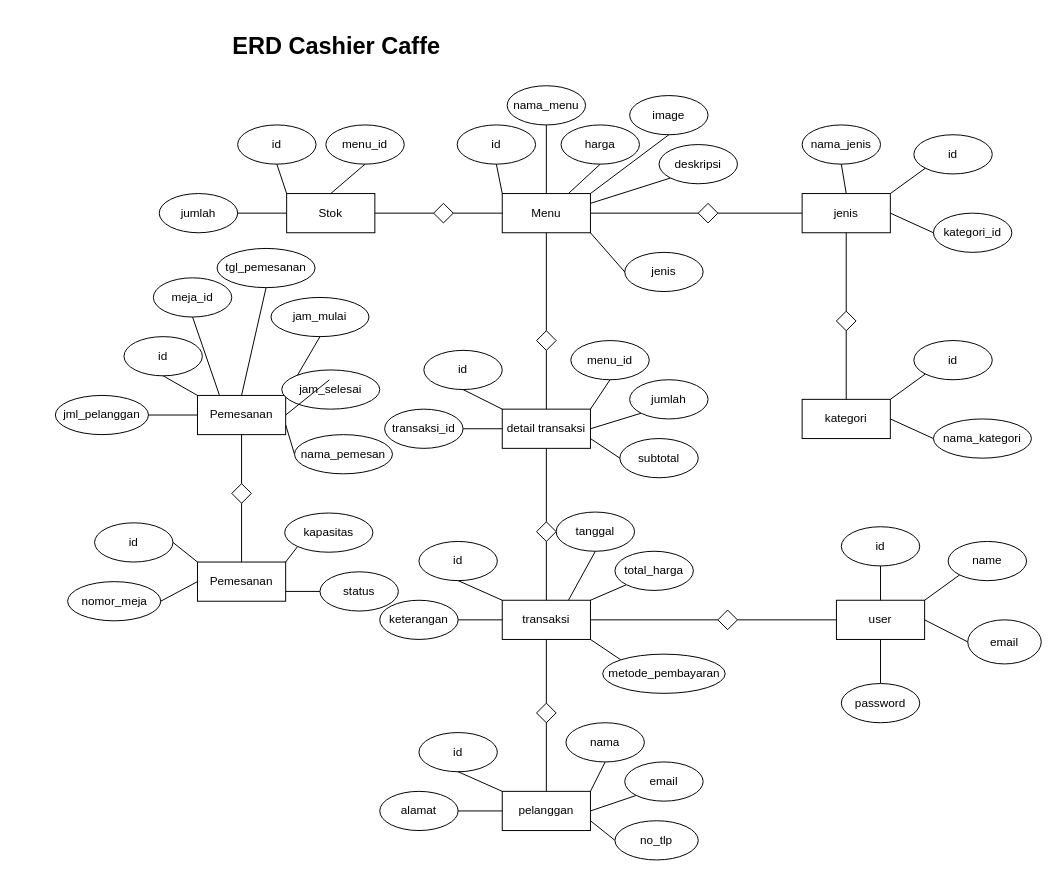
annrdhjn/drawio keeps this draw.io diagram as page "erd" (2 of 2) of usecase.drawio. Above is the earlier version. Source tidied: cells renumbered, new cells numbered last; positions are measured from the earlier drawing's top-left corner, leaving out a move shared by most shapes. Both pictures are drawn from the tidied source at 98%, with x=0, y=0 at pixel (55, 26).
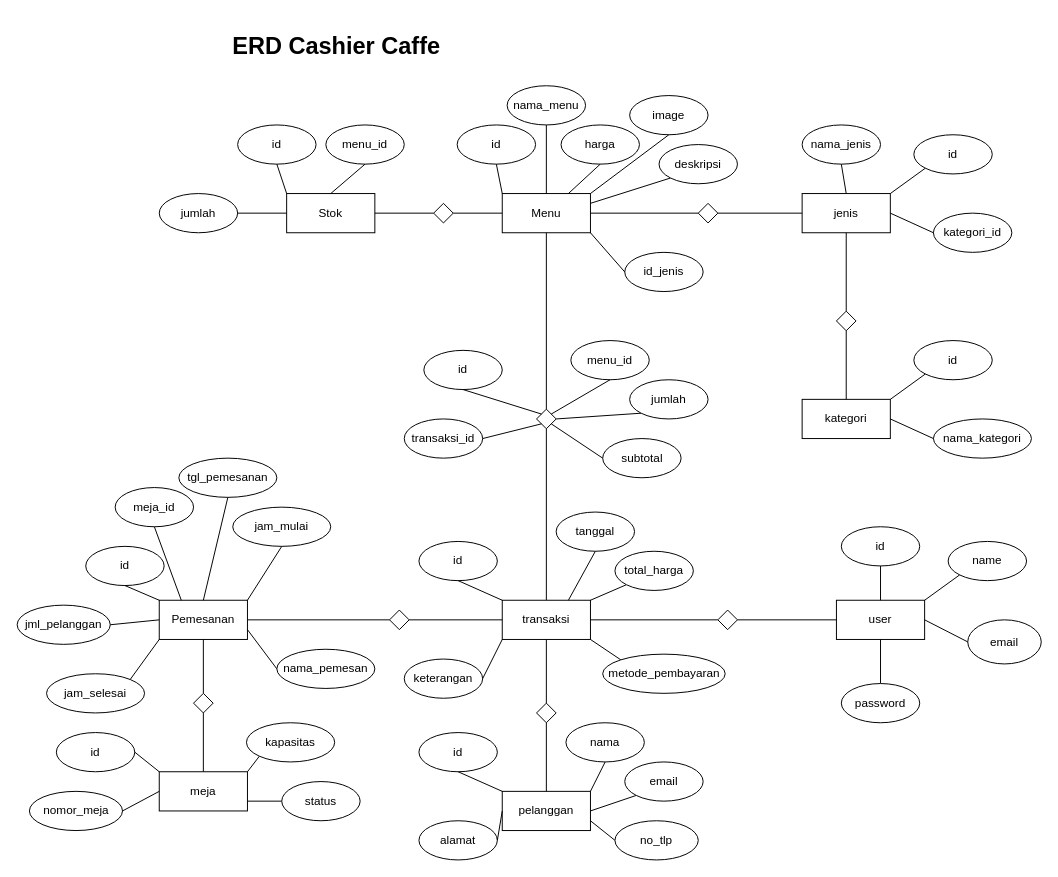
The same page after the edit.

Unchanged cells that the change refers to:
```xml
<mxCell id="74" value="id" style="ellipse;whiteSpace=wrap;html=1;" parent="1" vertex="1">
  <mxGeometry x="376" y="330" width="80" height="40" as="geometry" />
</mxCell>
<mxCell id="75" value="menu_id" style="ellipse;whiteSpace=wrap;html=1;" parent="1" vertex="1">
  <mxGeometry x="526" y="320" width="80" height="40" as="geometry" />
</mxCell>
<mxCell id="82" value="jumlah" style="ellipse;whiteSpace=wrap;html=1;" parent="1" vertex="1">
  <mxGeometry x="586" y="360" width="80" height="40" as="geometry" />
</mxCell>
<mxCell id="86" value="transaksi" style="html=1;whiteSpace=wrap;" parent="1" vertex="1">
  <mxGeometry x="456" y="585" width="90" height="40" as="geometry" />
</mxCell>
```

What changed in the source:
```diff
@@
-    <mxCell id="15" value="jenis" style="ellipse;whiteSpace=wrap;html=1;" parent="1" vertex="1">
+    <mxCell id="15" value="id_jenis" style="ellipse;whiteSpace=wrap;html=1;" parent="1" vertex="1">
       <mxGeometry x="581" y="230" width="80" height="40" as="geometry" />
     </mxCell>
@@
     <mxCell id="44" value="Pemesanan" style="html=1;whiteSpace=wrap;" parent="1" vertex="1">
-      <mxGeometry x="145" y="376" width="90" height="40" as="geometry" />
+      <mxGeometry x="106" y="585" width="90" height="40" as="geometry" />
     </mxCell>
     <mxCell id="45" value="id" style="ellipse;whiteSpace=wrap;html=1;" parent="1" vertex="1">
-      <mxGeometry x="70" y="316" width="80" height="40" as="geometry" />
+      <mxGeometry x="31" y="530" width="80" height="40" as="geometry" />
     </mxCell>
     <mxCell id="46" value="meja_id" style="ellipse;whiteSpace=wrap;html=1;" parent="1" vertex="1">
-      <mxGeometry x="100" y="256" width="80" height="40" as="geometry" />
+      <mxGeometry x="61" y="470" width="80" height="40" as="geometry" />
     </mxCell>
     <mxCell id="47" value="jml_pelanggan" style="ellipse;whiteSpace=wrap;html=1;" parent="1" vertex="1">
-      <mxGeometry y="376" width="95" height="40" as="geometry" />
+      <mxGeometry x="-39" y="590" width="95" height="40" as="geometry" />
     </mxCell>
@@
     <mxCell id="52" value="tgl_pemesanan" style="ellipse;whiteSpace=wrap;html=1;" parent="1" vertex="1">
-      <mxGeometry x="165" y="226" width="100" height="40" as="geometry" />
+      <mxGeometry x="126" y="440" width="100" height="40" as="geometry" />
     </mxCell>
     <mxCell id="53" value="jam_mulai" style="ellipse;whiteSpace=wrap;html=1;" parent="1" vertex="1">
-      <mxGeometry x="220" y="276" width="100" height="40" as="geometry" />
+      <mxGeometry x="181" y="490" width="100" height="40" as="geometry" />
     </mxCell>
@@
     <mxCell id="55" value="jam_selesai" style="ellipse;whiteSpace=wrap;html=1;" parent="1" vertex="1">
-      <mxGeometry x="231" y="350" width="100" height="40" as="geometry" />
+      <mxGeometry x="-9" y="660" width="100" height="40" as="geometry" />
     </mxCell>
-    <mxCell id="56" style="endArrow=none;html=1;rounded=0;entryX=1;entryY=0.5;entryDx=0;entryDy=0;exitX=0;exitY=1;exitDx=0;exitDy=0;" parent="1" edge="1" target="44">
-      <mxGeometry relative="1" as="geometry">
-        <mxPoint x="279.6" y="360.1" as="sourcePoint" />
-      </mxGeometry>
+    <mxCell id="56" style="endArrow=none;html=1;rounded=0;entryX=0;entryY=1;entryDx=0;entryDy=0;exitX=1;exitY=0;exitDx=0;exitDy=0;" parent="1" edge="1" source="55" target="44">
+      <mxGeometry relative="1" as="geometry" />
     </mxCell>
@@
     <mxCell id="58" value="nama_pemesan" style="ellipse;whiteSpace=wrap;html=1;" parent="1" vertex="1">
-      <mxGeometry x="244" y="416" width="100" height="40" as="geometry" />
+      <mxGeometry x="226" y="635" width="100" height="40" as="geometry" />
     </mxCell>
@@
     <mxCell id="60" style="rhombus;" parent="1" vertex="1">
-      <mxGeometry x="180" y="466" width="20" height="20" as="geometry" />
+      <mxGeometry x="141" y="680" width="20" height="20" as="geometry" />
     </mxCell>
-    <mxCell id="61" value="Pemesanan" style="html=1;whiteSpace=wrap;" parent="1" vertex="1">
-      <mxGeometry x="145" y="546" width="90" height="40" as="geometry" />
+    <mxCell id="61" value="meja" style="html=1;whiteSpace=wrap;" parent="1" vertex="1">
+      <mxGeometry x="106" y="760" width="90" height="40" as="geometry" />
     </mxCell>
     <mxCell id="62" value="id" style="ellipse;whiteSpace=wrap;html=1;" parent="1" vertex="1">
-      <mxGeometry x="40" y="506" width="80" height="40" as="geometry" />
+      <mxGeometry x="1" y="720" width="80" height="40" as="geometry" />
     </mxCell>
     <mxCell id="63" value="nomor_meja" style="ellipse;whiteSpace=wrap;html=1;" parent="1" vertex="1">
-      <mxGeometry x="12.5" y="566" width="95" height="40" as="geometry" />
+      <mxGeometry x="-26.5" y="780" width="95" height="40" as="geometry" />
     </mxCell>
@@
     <mxCell id="67" value="kapasitas" style="ellipse;whiteSpace=wrap;html=1;" parent="1" vertex="1">
-      <mxGeometry x="234" y="496" width="90" height="40" as="geometry" />
+      <mxGeometry x="195" y="710" width="90" height="40" as="geometry" />
     </mxCell>
@@
     <mxCell id="70" value="status" style="ellipse;whiteSpace=wrap;html=1;" parent="1" vertex="1">
-      <mxGeometry x="270" y="556" width="80" height="40" as="geometry" />
+      <mxGeometry x="231" y="770" width="80" height="40" as="geometry" />
     </mxCell>
@@
     <mxCell id="72" style="rhombus;" parent="1" vertex="1">
-      <mxGeometry x="491" y="310" width="20" height="20" as="geometry" />
+      <mxGeometry x="491" y="390" width="20" height="20" as="geometry" />
     </mxCell>
-    <mxCell id="73" value="detail transaksi" style="html=1;whiteSpace=wrap;" parent="1" vertex="1">
-      <mxGeometry x="456" y="390" width="90" height="40" as="geometry" />
-    </mxCell>
@@
     <mxCell id="76" value="transaksi_id" style="ellipse;whiteSpace=wrap;html=1;" parent="1" vertex="1">
-      <mxGeometry x="336" y="390" width="80" height="40" as="geometry" />
+      <mxGeometry x="356" y="400" width="80" height="40" as="geometry" />
     </mxCell>
-    <mxCell id="77" style="endArrow=none;html=1;rounded=0;exitX=0.5;exitY=1;exitDx=0;exitDy=0;entryX=0;entryY=0;entryDx=0;entryDy=0;" parent="1" edge="1" source="74" target="73">
+    <mxCell id="77" style="endArrow=none;html=1;rounded=0;exitX=0.5;exitY=1;exitDx=0;exitDy=0;entryX=0;entryY=0;entryDx=0;entryDy=0;" parent="1" edge="1" source="74" target="72">
       <mxGeometry relative="1" as="geometry" />
     </mxCell>
-    <mxCell id="78" style="endArrow=none;html=1;rounded=0;exitX=0.5;exitY=1;exitDx=0;exitDy=0;entryX=1;entryY=0;entryDx=0;entryDy=0;" parent="1" edge="1" source="75" target="73">
+    <mxCell id="78" style="endArrow=none;html=1;rounded=0;exitX=0.5;exitY=1;exitDx=0;exitDy=0;entryX=1;entryY=0;entryDx=0;entryDy=0;" parent="1" edge="1" source="75" target="72">
       <mxGeometry relative="1" as="geometry" />
     </mxCell>
-    <mxCell id="79" style="endArrow=none;html=1;rounded=0;exitX=0;exitY=0.5;exitDx=0;exitDy=0;entryX=1;entryY=0.5;entryDx=0;entryDy=0;" parent="1" edge="1" source="73" target="76">
+    <mxCell id="79" style="endArrow=none;html=1;rounded=0;exitX=0;exitY=1;exitDx=0;exitDy=0;entryX=1;entryY=0.5;entryDx=0;entryDy=0;" parent="1" edge="1" source="72" target="76">
       <mxGeometry relative="1" as="geometry" />
     </mxCell>
-    <mxCell id="80" style="endArrow=none;html=1;rounded=0;entryX=0.5;entryY=1;entryDx=0;entryDy=0;exitX=0.5;exitY=0;exitDx=0;exitDy=0;" parent="1" edge="1" source="73" target="72">
+    <mxCell id="80" style="endArrow=none;html=1;rounded=0;entryX=0.5;entryY=1;entryDx=0;entryDy=0;exitX=0.5;exitY=0;exitDx=0;exitDy=0;" parent="1" edge="1" source="86" target="72">
       <mxGeometry relative="1" as="geometry" />
     </mxCell>
-    <mxCell id="81" style="endArrow=none;html=1;rounded=0;exitX=0;exitY=1;exitDx=0;exitDy=0;entryX=1;entryY=0.5;entryDx=0;entryDy=0;" parent="1" edge="1" source="82" target="73">
+    <mxCell id="81" style="endArrow=none;html=1;rounded=0;exitX=0;exitY=1;exitDx=0;exitDy=0;entryX=1;entryY=0.5;entryDx=0;entryDy=0;" parent="1" edge="1" source="82" target="72">
       <mxGeometry relative="1" as="geometry" />
     </mxCell>
@@
-    <mxCell id="83" style="endArrow=none;html=1;rounded=0;exitX=0;exitY=0.5;exitDx=0;exitDy=0;entryX=1;entryY=0.75;entryDx=0;entryDy=0;" parent="1" edge="1" source="84" target="73">
+    <mxCell id="83" style="endArrow=none;html=1;rounded=0;exitX=0;exitY=0.5;exitDx=0;exitDy=0;entryX=1;entryY=1;entryDx=0;entryDy=0;" parent="1" edge="1" source="84" target="72">
       <mxGeometry relative="1" as="geometry" />
     </mxCell>
     <mxCell id="84" value="subtotal" style="ellipse;whiteSpace=wrap;html=1;" parent="1" vertex="1">
-      <mxGeometry x="576" y="420" width="80" height="40" as="geometry" />
+      <mxGeometry x="558.5" y="420" width="80" height="40" as="geometry" />
     </mxCell>
     <mxCell id="85" style="rhombus;" parent="1" vertex="1">
-      <mxGeometry x="491" y="505" width="20" height="20" as="geometry" />
+      <mxGeometry x="341" y="595" width="20" height="20" as="geometry" />
     </mxCell>
@@
     <mxCell id="89" value="keterangan" style="ellipse;whiteSpace=wrap;html=1;" parent="1" vertex="1">
-      <mxGeometry x="331" y="585" width="80" height="40" as="geometry" />
+      <mxGeometry x="356" y="645" width="80" height="40" as="geometry" />
     </mxCell>
@@
-    <mxCell id="92" style="endArrow=none;html=1;rounded=0;exitX=0;exitY=0.5;exitDx=0;exitDy=0;entryX=1;entryY=0.5;entryDx=0;entryDy=0;" parent="1" edge="1" source="86" target="89">
+    <mxCell id="92" style="endArrow=none;html=1;rounded=0;exitX=0;exitY=1;exitDx=0;exitDy=0;entryX=1;entryY=0.5;entryDx=0;entryDy=0;" parent="1" edge="1" source="86" target="89">
       <mxGeometry relative="1" as="geometry" />
     </mxCell>
-    <mxCell id="93" style="endArrow=none;html=1;rounded=0;entryX=0.5;entryY=1;entryDx=0;entryDy=0;exitX=0.5;exitY=0;exitDx=0;exitDy=0;" parent="1" edge="1" source="86" target="85">
-      <mxGeometry relative="1" as="geometry" />
-    </mxCell>
@@
-    <mxCell id="98" style="endArrow=none;html=1;rounded=0;entryX=0.5;entryY=1;entryDx=0;entryDy=0;exitX=0.5;exitY=0;exitDx=0;exitDy=0;" parent="1" edge="1" source="85" target="73">
-      <mxGeometry relative="1" as="geometry" />
-    </mxCell>
@@
     <mxCell id="103" value="alamat" style="ellipse;whiteSpace=wrap;html=1;" parent="1" vertex="1">
-      <mxGeometry x="331" y="780" width="80" height="40" as="geometry" />
+      <mxGeometry x="371" y="810" width="80" height="40" as="geometry" />
     </mxCell>
@@
+    <mxCell id="93" style="endArrow=none;html=1;rounded=0;exitX=0;exitY=0.5;exitDx=0;exitDy=0;entryX=1;entryY=0.5;entryDx=0;entryDy=0;" parent="1" edge="1" source="86" target="85">
+      <mxGeometry relative="1" as="geometry" />
+    </mxCell>
+    <mxCell id="125" style="endArrow=none;html=1;rounded=0;exitX=0;exitY=0.5;exitDx=0;exitDy=0;entryX=1;entryY=0.5;entryDx=0;entryDy=0;" parent="1" edge="1" source="85" target="44">
+      <mxGeometry relative="1" as="geometry" />
+    </mxCell>
```
